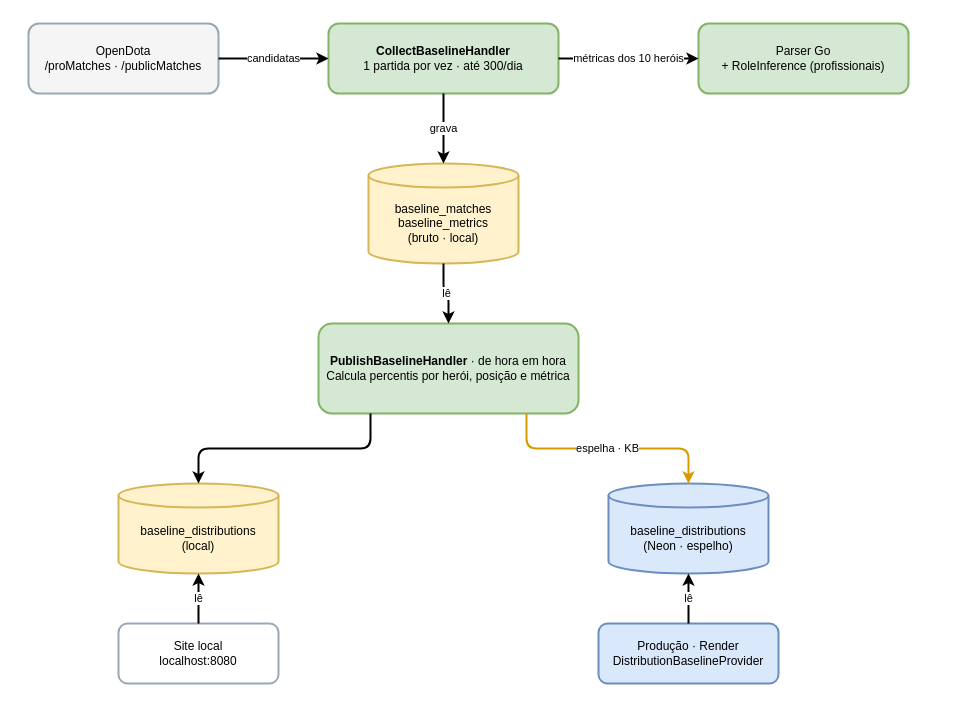
Before: page "4. Base de comparação" (4 of 6) of docs/diagrams/dotaanalyst.drawio in andreomorg/dota_analyst, a draw.io diagram. Source tidied: cells renumbered, new cells numbered last; positions are measured from the earlier drawing's top-left corner, leaving out a move shared by most shapes. Both pictures are drawn from the tidied source at 100%, with x=0, y=0 at pixel (28, 23).
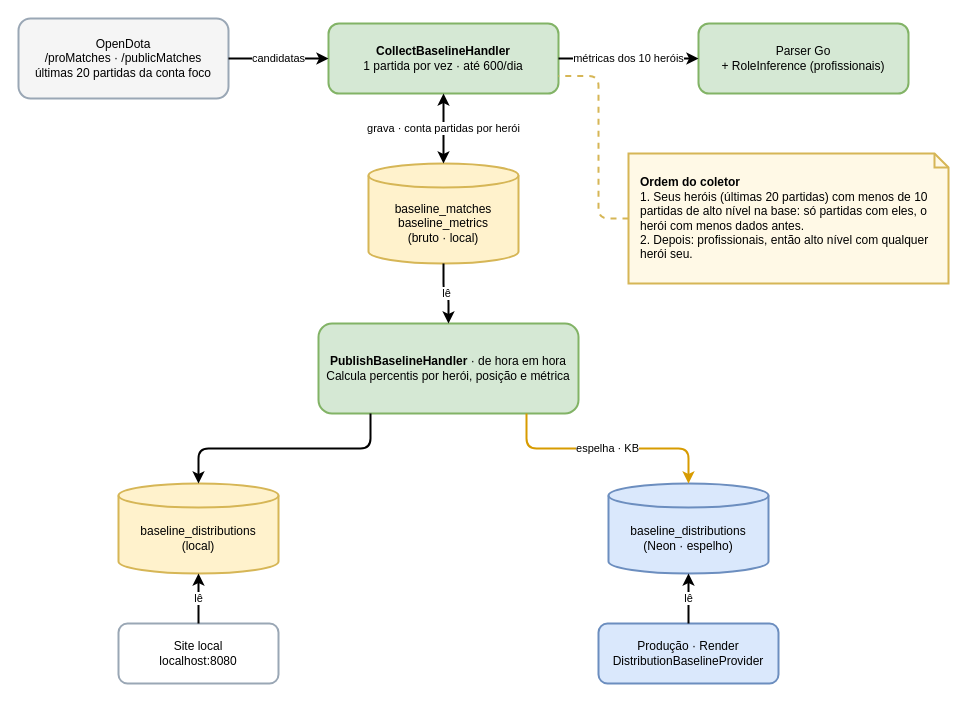
The same diagram, later.

Unchanged cells that the change refers to:
```xml
<mxCell id="5" value="baseline_matches&lt;br&gt;baseline_metrics&lt;br&gt;(bruto · local)" style="shape=cylinder3;whiteSpace=wrap;html=1;boundedLbl=1;size=12;fillColor=#fff2cc;strokeColor=#d6b656;strokeWidth=2;" parent="1" vertex="1">
  <mxGeometry x="340" y="140" width="150" height="100" as="geometry" />
</mxCell>
```

What changed in the source:
```diff
@@
-    <mxCell id="2" value="OpenDota&lt;br&gt;/proMatches · /publicMatches" style="rounded=1;whiteSpace=wrap;html=1;fillColor=#f5f5f5;strokeColor=#9aa7b5;strokeWidth=2;" parent="1" vertex="1">
-      <mxGeometry width="190" height="70" as="geometry" />
+    <mxCell id="2" value="OpenDota&lt;br&gt;/proMatches · /publicMatches&lt;br&gt;últimas 20 partidas da conta foco" style="rounded=1;whiteSpace=wrap;html=1;fillColor=#f5f5f5;strokeColor=#9aa7b5;strokeWidth=2;" parent="1" vertex="1">
+      <mxGeometry x="-10" y="-5" width="210" height="80" as="geometry" />
     </mxCell>
-    <mxCell id="3" value="&lt;b&gt;CollectBaselineHandler&lt;/b&gt;&lt;br&gt;1 partida por vez · até 300/dia" style="rounded=1;whiteSpace=wrap;html=1;fillColor=#d5e8d4;strokeColor=#82b366;strokeWidth=2;" parent="1" vertex="1">
+    <mxCell id="3" value="&lt;b&gt;CollectBaselineHandler&lt;/b&gt;&lt;br&gt;1 partida por vez · até 600/dia" style="rounded=1;whiteSpace=wrap;html=1;fillColor=#d5e8d4;strokeColor=#82b366;strokeWidth=2;" parent="1" vertex="1">
       <mxGeometry x="300" width="230" height="70" as="geometry" />
     </mxCell>
+    <mxCell id="19" value="&lt;b&gt;Ordem do coletor&lt;/b&gt;&lt;br&gt;1. Seus heróis (últimas 20 partidas) com menos de 10 partidas de alto nível na base: só partidas com eles, o herói com menos dados antes.&lt;br&gt;2. Depois: profissionais, então alto nível com qualquer herói seu." style="shape=note;whiteSpace=wrap;html=1;size=14;align=left;spacingLeft=10;spacingRight=8;fillColor=#fff9e6;strokeColor=#d6b656;strokeWidth=2;" parent="1" vertex="1">
+      <mxGeometry x="600" y="130" width="320" height="130" as="geometry" />
+    </mxCell>
@@
-    <mxCell id="13" value="grava" style="edgeStyle=orthogonalEdgeStyle;rounded=1;strokeWidth=2;html=1;labelBackgroundColor=#ffffff;exitX=0.5;exitY=1;entryX=0.5;entryY=0;" parent="1" edge="1" source="3" target="5">
+    <mxCell id="13" value="grava · conta partidas por herói" style="edgeStyle=orthogonalEdgeStyle;rounded=1;strokeWidth=2;html=1;labelBackgroundColor=#ffffff;startArrow=classic;startFill=1;exitX=0.5;exitY=1;entryX=0.5;entryY=0;" parent="1" edge="1" source="3" target="5">
       <mxGeometry relative="1" as="geometry" />
     </mxCell>
+    <mxCell id="20" style="endArrow=none;dashed=1;html=1;strokeColor=#d6b656;strokeWidth=2;exitX=0;exitY=0.5;exitDx=0;exitDy=0;entryX=1;entryY=0.75;edgeStyle=orthogonalEdgeStyle;rounded=1;" parent="1" edge="1" source="19" target="3">
+      <mxGeometry relative="1" as="geometry">
+        <Array as="points">
+          <mxPoint x="570" y="195" />
+          <mxPoint x="570" y="52" />
+        </Array>
+      </mxGeometry>
+    </mxCell>
```
